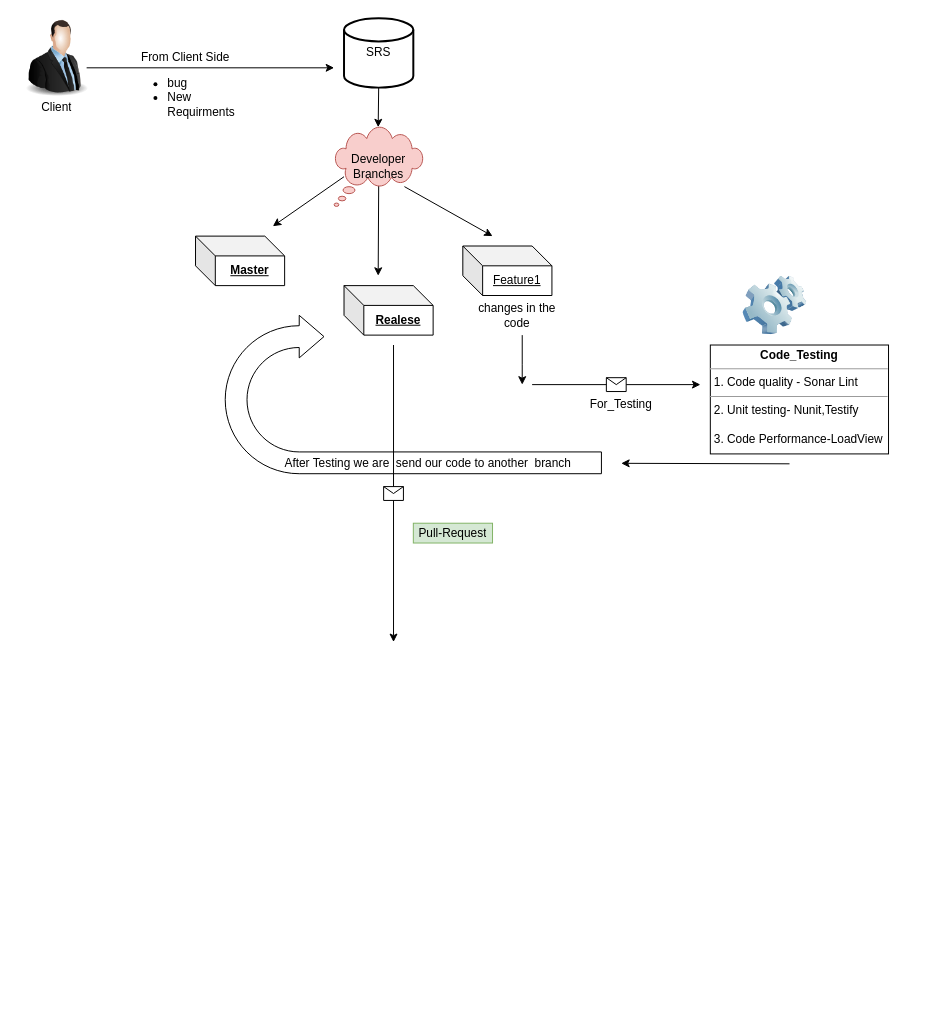
Before: Untitled Diagram.drawio in nikhil7761/DailyProgram, a draw.io diagram. Source tidied: cells renumbered, new cells numbered last; positions are measured from the earlier drawing's top-left corner, leaving out a move shared by most shapes. Both pictures are drawn from the tidied source at 99%, with x=0, y=0 at pixel (17, 18). Pictures stored in the file or linked from it are replaced by grey dashed boxes.
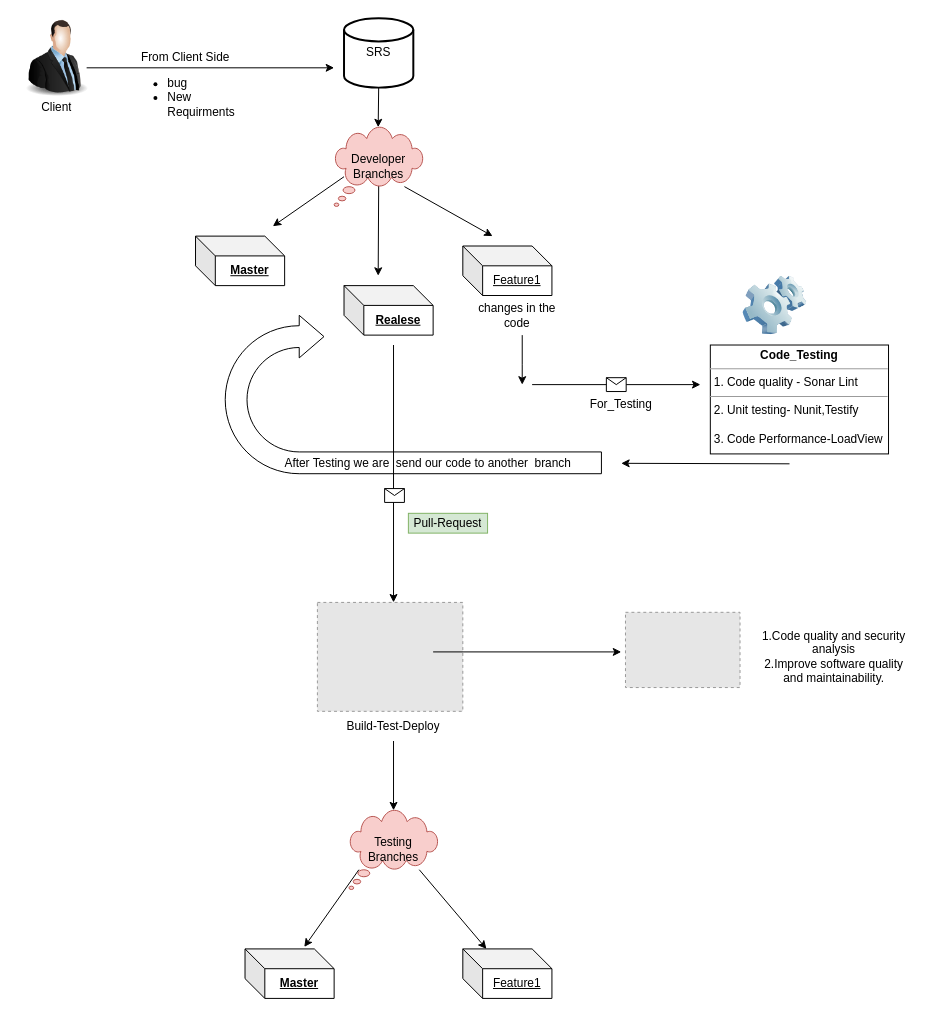
The same diagram, later.

What changed in the source:
```diff
@@
     <mxCell id="26" style="endArrow=classic;html=1;rounded=0;" parent="1" edge="1">
       <mxGeometry relative="1" as="geometry">
         <mxPoint x="380" y="330" as="sourcePoint" />
-        <mxPoint x="380" y="630" as="targetPoint" />
+        <mxPoint x="380" y="590" as="targetPoint" />
       </mxGeometry>
     </mxCell>
     <mxCell id="27" style="shape=message;html=1;" parent="26" vertex="1">
       <mxGeometry width="20" height="14" relative="1" as="geometry">
-        <mxPoint x="-10" y="-7" as="offset" />
+        <mxPoint x="-9" y="15" as="offset" />
       </mxGeometry>
     </mxCell>
     <mxCell id="28" value="Pull-Request" style="text;html=1;strokeColor=#82b366;fillColor=#d5e8d4;align=center;verticalAlign=middle;whiteSpace=wrap;overflow=hidden;" parent="1" vertex="1">
-      <mxGeometry x="400" y="510" width="80" height="20" as="geometry" />
+      <mxGeometry x="395" y="500" width="80" height="20" as="geometry" />
     </mxCell>
+    <mxCell id="29" style="fillColor=#E6E6E6;strokeColor=#999999;dashed=1;verticalLabelPosition=bottom;verticalAlign=top;" parent="1" vertex="1">
+      <mxGeometry x="303.1" y="590" width="146.9" height="110" as="geometry" />
+    </mxCell>
+    <mxCell id="30" value="Build-Test-Deploy" style="text;html=1;strokeColor=none;fillColor=none;align=center;verticalAlign=middle;whiteSpace=wrap;overflow=hidden;" parent="1" vertex="1">
+      <mxGeometry x="320" y="700" width="120" height="30" as="geometry" />
+    </mxCell>
+    <mxCell id="31" style="endArrow=classic;html=1;rounded=0;" parent="1" edge="1">
+      <mxGeometry relative="1" as="geometry">
+        <mxPoint x="420" y="640" as="sourcePoint" />
+        <mxPoint x="610" y="640" as="targetPoint" />
+      </mxGeometry>
+    </mxCell>
+    <mxCell id="32" style="fillColor=#E6E6E6;strokeColor=#999999;dashed=1;verticalLabelPosition=bottom;verticalAlign=top;" parent="1" vertex="1">
+      <mxGeometry x="614.3" y="600" width="115.7" height="76" as="geometry" />
+    </mxCell>
+    <mxCell id="33" value="1.Code quality and security analysis &lt;br&gt;2.Improve software quality and maintainability." style="text;html=1;strokeColor=none;fillColor=none;align=center;verticalAlign=middle;whiteSpace=wrap;overflow=hidden;" parent="1" vertex="1">
+      <mxGeometry x="750" y="600" width="150" height="90" as="geometry" />
+    </mxCell>
+    <mxCell id="34" style="endArrow=classic;html=1;rounded=0;labelBackgroundColor=none;fontColor=default;entryX=0.665;entryY=-0.04;entryDx=0;entryDy=0;entryPerimeter=0;" parent="1" edge="1" target="35">
+      <mxGeometry relative="1" as="geometry">
+        <mxPoint x="345" y="860" as="sourcePoint" />
+      </mxGeometry>
+    </mxCell>
+    <mxCell id="35" value="&lt;b&gt;&lt;u&gt;Master&lt;/u&gt;&lt;/b&gt;" style="shape=cube;whiteSpace=wrap;html=1;boundedLbl=1;backgroundOutline=1;darkOpacity=0.05;darkOpacity2=0.1;labelBackgroundColor=none;" parent="1" vertex="1">
+      <mxGeometry x="230" y="940" width="90" height="50" as="geometry" />
+    </mxCell>
+    <mxCell id="36" value="&lt;u&gt;Feature1&lt;/u&gt;" style="shape=cube;whiteSpace=wrap;html=1;boundedLbl=1;backgroundOutline=1;darkOpacity=0.05;darkOpacity2=0.1;labelBackgroundColor=none;" parent="1" vertex="1">
+      <mxGeometry x="450" y="940" width="90" height="50" as="geometry" />
+    </mxCell>
+    <mxCell id="37" style="endArrow=classic;html=1;rounded=0;labelBackgroundColor=none;fontColor=default;exitX=0.789;exitY=0.75;exitDx=0;exitDy=0;exitPerimeter=0;" parent="1" edge="1" source="38" target="36">
+      <mxGeometry relative="1" as="geometry" />
+    </mxCell>
+    <mxCell id="38" value="&lt;div style=&quot;&quot;&gt;Testing&lt;/div&gt;&lt;div style=&quot;&quot;&gt;&lt;span style=&quot;background-color: initial;&quot;&gt;Branches&lt;/span&gt;&lt;/div&gt;" style="whiteSpace=wrap;html=1;shape=mxgraph.basic.cloud_callout;align=center;fillColor=#f8cecc;strokeColor=#b85450;" parent="1" vertex="1">
+      <mxGeometry x="335" y="800" width="90" height="80" as="geometry" />
+    </mxCell>
+    <mxCell id="39" style="endArrow=classic;html=1;rounded=0;exitX=0.5;exitY=1;exitDx=0;exitDy=0;" parent="1" edge="1" source="30">
+      <mxGeometry relative="1" as="geometry">
+        <mxPoint x="380" y="800" as="targetPoint" />
+      </mxGeometry>
+    </mxCell>
```
